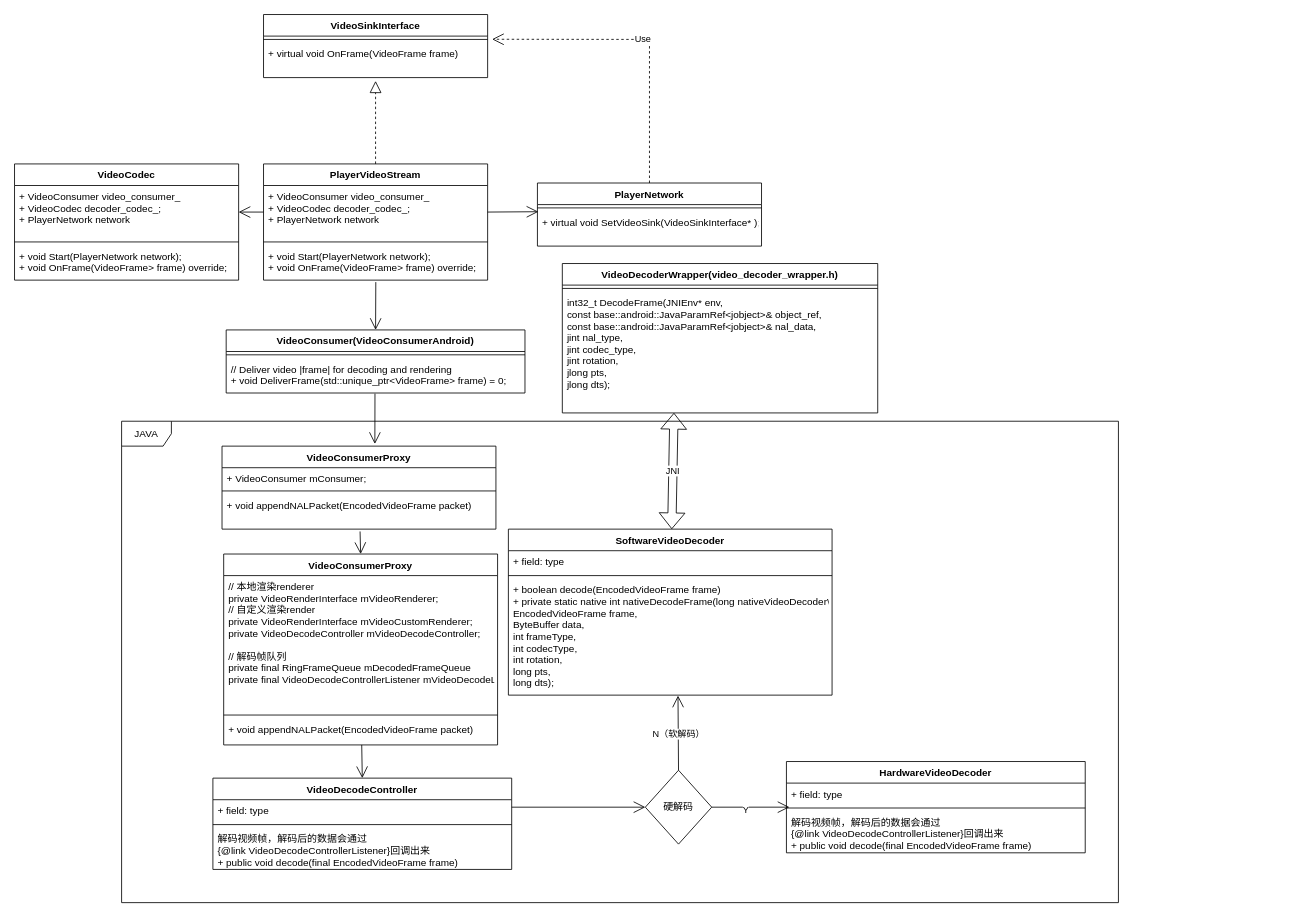
paopaosecret/resources keeps this draw.io diagram as diagrams/v2_live_video.drawio. Above is the earlier version. Source tidied: cells renumbered, new cells numbered last; positions are measured from the earlier drawing's top-left corner, leaving out a move shared by most shapes. Both pictures are drawn from the tidied source at 83%, with x=0, y=0 at pixel (14, 14).
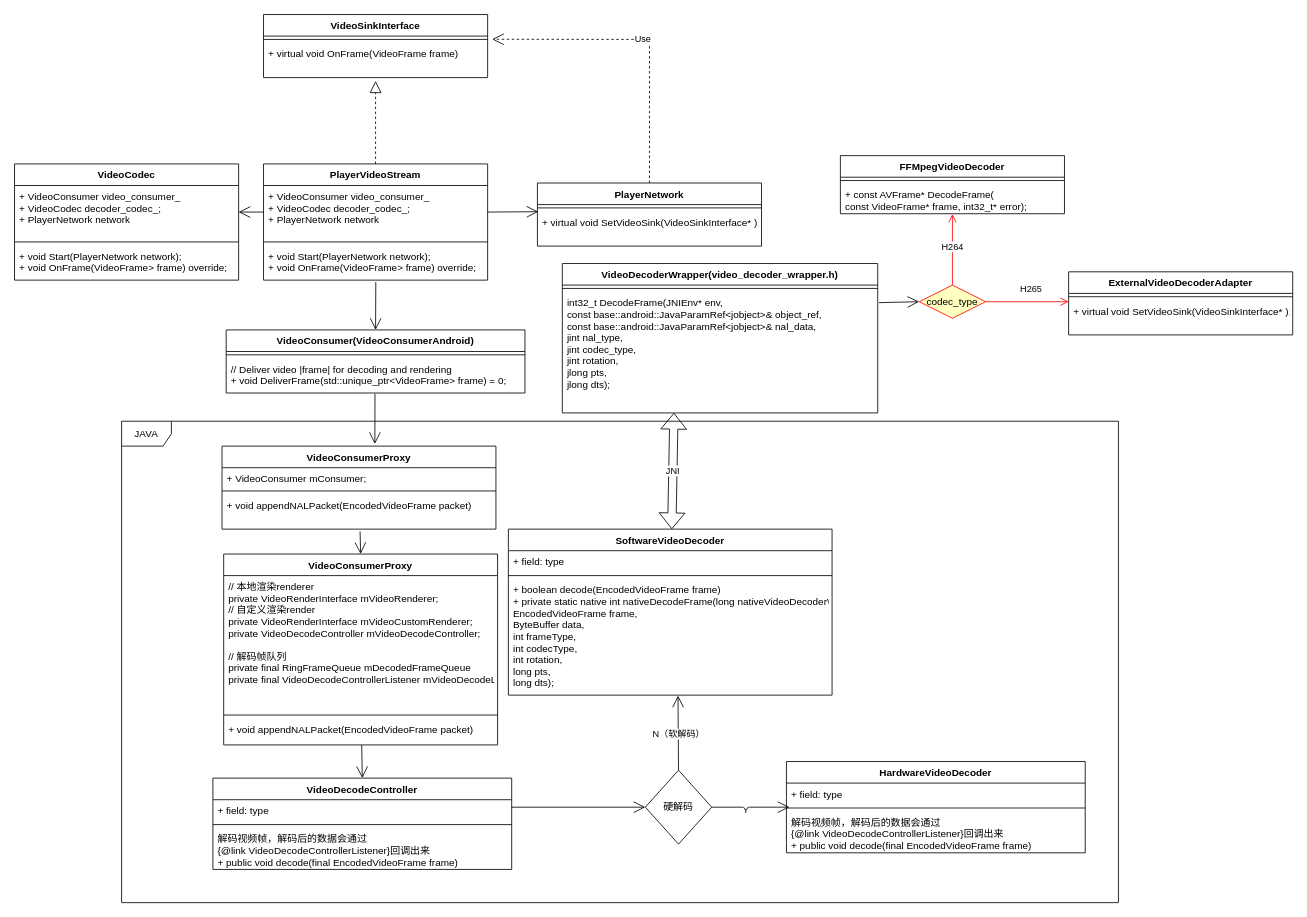
The same page after the edit.

Unchanged cells that the change refers to:
```xml
<mxCell id="56" value="  int32_t DecodeFrame(JNIEnv* env,&#10;                      const base::android::JavaParamRef&lt;jobject&gt;&amp; object_ref,&#10;                      const base::android::JavaParamRef&lt;jobject&gt;&amp; nal_data,&#10;                      jint nal_type,&#10;                      jint codec_type,&#10;                      jint rotation,&#10;                      jlong pts,&#10;                      jlong dts);" style="text;strokeColor=none;fillColor=none;align=left;verticalAlign=top;spacingLeft=4;spacingRight=4;overflow=hidden;points=[[0,0.5],[1,0.5]];portConstraint=eastwest;" parent="54" vertex="1">
  <mxGeometry y="34" width="380" height="146" as="geometry" />
</mxCell>
```

Diff of the diagram source:
```diff
@@
+    <mxCell id="58" value="codec_type" style="rhombus;whiteSpace=wrap;html=1;fillColor=#ffffc0;strokeColor=#ff0000;" parent="1" vertex="1">
+      <mxGeometry x="1090" y="326" width="80" height="40" as="geometry" />
+    </mxCell>
+    <mxCell id="59" value="H265" style="edgeStyle=orthogonalEdgeStyle;html=1;align=left;verticalAlign=bottom;endArrow=open;endSize=8;strokeColor=#ff0000;rounded=0;entryX=0;entryY=0.048;entryDx=0;entryDy=0;entryPerimeter=0;" parent="1" edge="1" source="58" target="65">
+      <mxGeometry x="-0.2" y="6" relative="1" as="geometry" />
+    </mxCell>
+    <mxCell id="60" style="edgeStyle=orthogonalEdgeStyle;html=1;align=left;verticalAlign=top;endArrow=open;endSize=8;strokeColor=#ff0000;rounded=0;entryX=0.5;entryY=1.011;entryDx=0;entryDy=0;entryPerimeter=0;" parent="1" edge="1" source="58" target="68">
+      <mxGeometry x="-0.2" y="10" relative="1" as="geometry" />
+    </mxCell>
+    <mxCell id="61" value="H264" style="edgeLabel;html=1;align=center;verticalAlign=middle;" parent="60" vertex="1">
+      <mxGeometry x="0.1" y="1" relative="1" as="geometry" />
+    </mxCell>
+    <mxCell id="62" style="endArrow=open;endFill=1;endSize=12;html=1;rounded=0;exitX=1.004;exitY=0.09;exitDx=0;exitDy=0;exitPerimeter=0;entryX=0;entryY=0.5;entryDx=0;entryDy=0;" parent="1" edge="1" source="56" target="58">
+      <mxGeometry relative="1" as="geometry" />
+    </mxCell>
+    <mxCell id="63" value="ExternalVideoDecoderAdapter" style="swimlane;fontStyle=1;align=center;verticalAlign=top;horizontal=1;startSize=26;" parent="1" vertex="1">
+      <mxGeometry x="1270" y="310" width="270" height="76" as="geometry" />
+    </mxCell>
+    <mxCell id="64" style="line;strokeWidth=1;fillColor=none;align=left;verticalAlign=middle;spacingTop=-1;spacingLeft=3;spacingRight=3;labelPosition=right;" parent="63" vertex="1">
+      <mxGeometry y="26" width="270" height="8" as="geometry" />
+    </mxCell>
+    <mxCell id="65" value="+ virtual void SetVideoSink(VideoSinkInterface* );" style="text;strokeColor=none;fillColor=none;align=left;verticalAlign=top;spacingLeft=4;spacingRight=4;overflow=hidden;points=[[0,0.5],[1,0.5]];portConstraint=eastwest;" parent="63" vertex="1">
+      <mxGeometry y="34" width="270" height="42" as="geometry" />
+    </mxCell>
+    <mxCell id="66" value="FFMpegVideoDecoder" style="swimlane;fontStyle=1;align=center;verticalAlign=top;horizontal=1;startSize=26;" parent="1" vertex="1">
+      <mxGeometry x="995" y="170" width="270" height="70" as="geometry" />
+    </mxCell>
+    <mxCell id="67" style="line;strokeWidth=1;fillColor=none;align=left;verticalAlign=middle;spacingTop=-1;spacingLeft=3;spacingRight=3;labelPosition=right;" parent="66" vertex="1">
+      <mxGeometry y="26" width="270" height="8" as="geometry" />
+    </mxCell>
+    <mxCell id="68" value="+ const AVFrame* DecodeFrame(&#10;const VideoFrame* frame, int32_t* error);" style="text;strokeColor=none;fillColor=none;align=left;verticalAlign=top;spacingLeft=4;spacingRight=4;overflow=hidden;points=[[0,0.5],[1,0.5]];portConstraint=eastwest;" parent="66" vertex="1">
+      <mxGeometry y="34" width="270" height="36" as="geometry" />
+    </mxCell>
```
